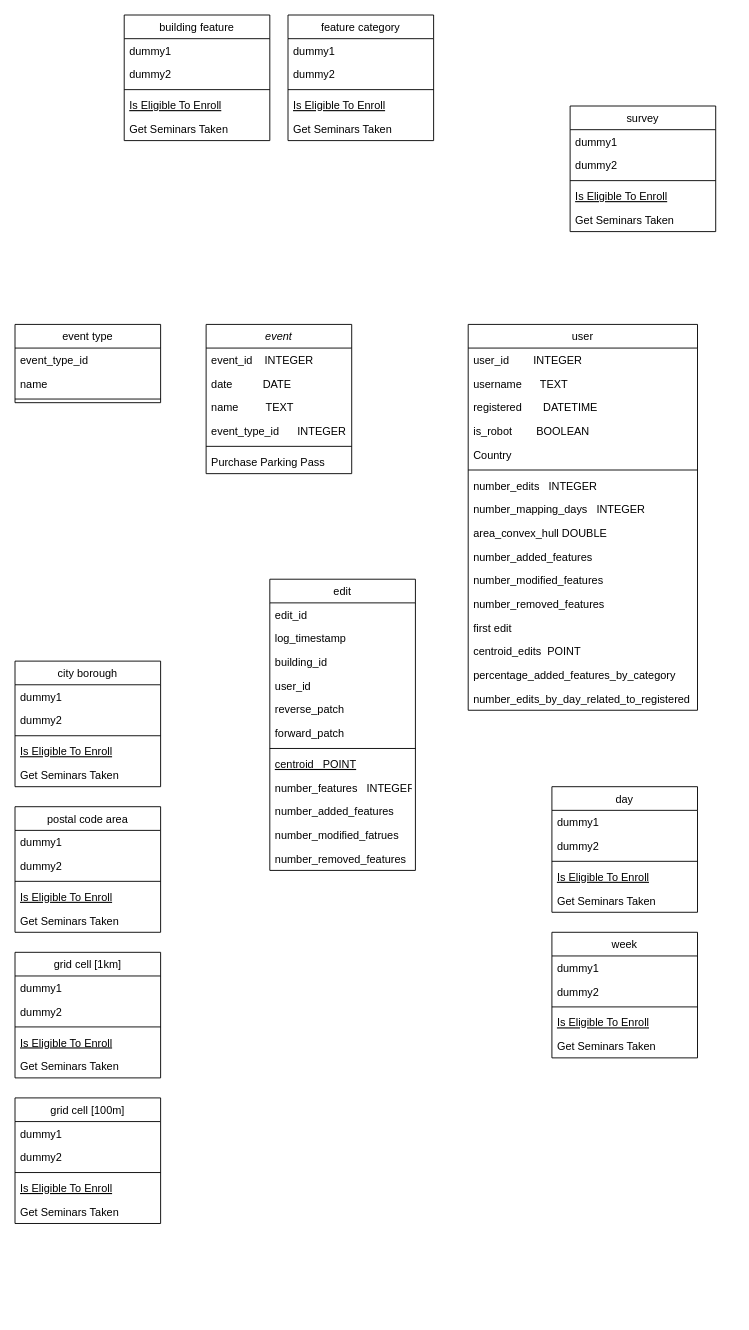
The draw.io diagram coldd_available_data_entities_relations.drawio in traveller195/draw_io, before the edit. Source tidied: cells renumbered, new cells numbered last; positions are measured from the earlier drawing's top-left corner, leaving out a move shared by most shapes. Both pictures are drawn from the tidied source at 91%, with x=0, y=0 at pixel (15, 15).
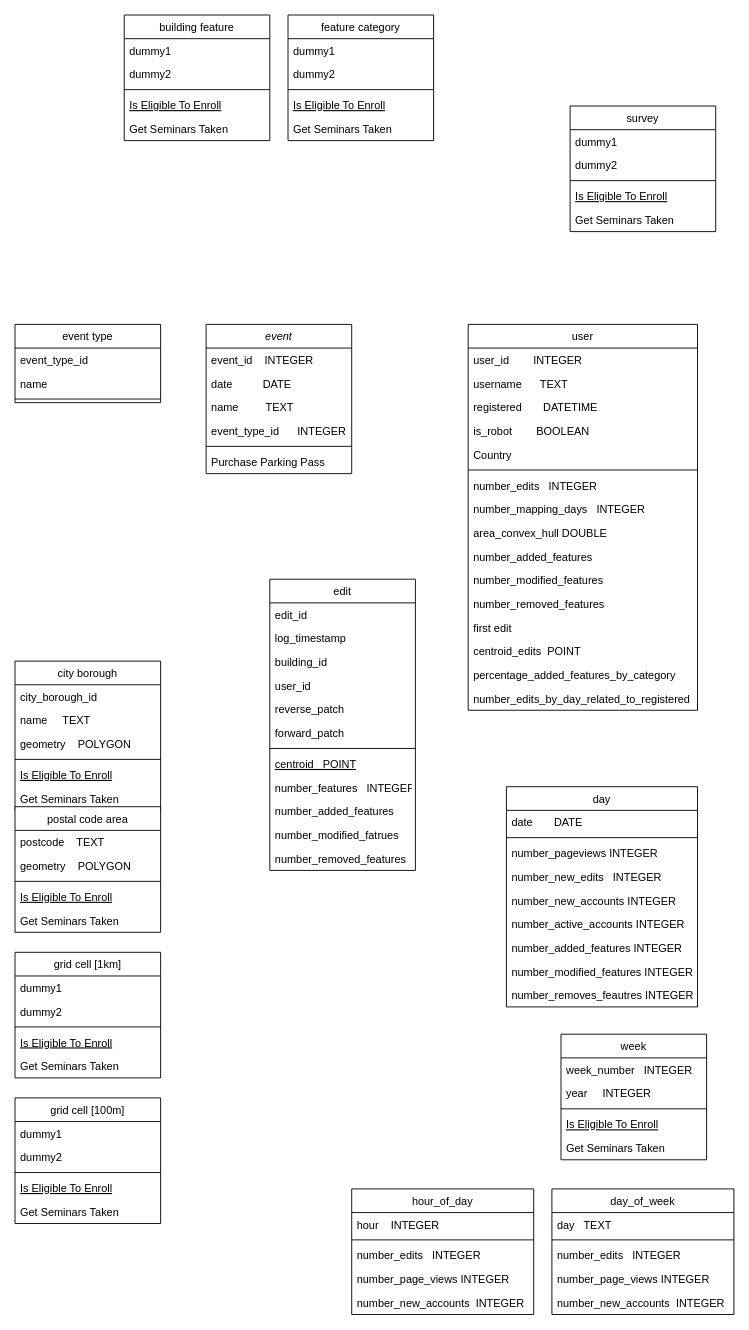
The same page after the edit.

Unchanged cells that the change refers to:
```xml
<mxCell id="55" value="postal code area" style="swimlane;fontStyle=0;align=center;verticalAlign=top;horizontal=1;startSize=26;rounded=0;shadow=0;strokeWidth=1;" parent="1" vertex="1">
  <mxGeometry y="870" width="160" height="138" as="geometry" />
</mxCell>
```

Change to the diagram source:
```diff
@@
     <mxCell id="9" value="city borough" style="swimlane;fontStyle=0;align=center;verticalAlign=top;horizontal=1;startSize=26;rounded=0;shadow=0;strokeWidth=1;" parent="1" vertex="1">
-      <mxGeometry y="710" width="160" height="138" as="geometry" />
+      <mxGeometry y="710" width="160" height="164" as="geometry" />
     </mxCell>
-    <mxCell id="10" value="dummy1" style="text;align=left;verticalAlign=top;spacingLeft=4;spacingRight=4;overflow=hidden;" parent="9" vertex="1">
+    <mxCell id="10" value="city_borough_id" style="text;align=left;verticalAlign=top;spacingLeft=4;spacingRight=4;overflow=hidden;" parent="9" vertex="1">
       <mxGeometry y="26" width="160" height="26" as="geometry" />
     </mxCell>
-    <mxCell id="11" value="dummy2" style="text;align=left;verticalAlign=top;spacingLeft=4;spacingRight=4;overflow=hidden;rounded=0;shadow=0;html=0;" parent="9" vertex="1">
+    <mxCell id="11" value="name     TEXT" style="text;align=left;verticalAlign=top;spacingLeft=4;spacingRight=4;overflow=hidden;rounded=0;shadow=0;html=0;" parent="9" vertex="1">
       <mxGeometry y="52" width="160" height="26" as="geometry" />
     </mxCell>
+    <mxCell id="97" value="geometry    POLYGON" style="text;align=left;verticalAlign=top;spacingLeft=4;spacingRight=4;overflow=hidden;rounded=0;shadow=0;html=0;" parent="9" vertex="1">
+      <mxGeometry y="78" width="160" height="26" as="geometry" />
+    </mxCell>
     <mxCell id="12" style="line;html=1;strokeWidth=1;align=left;verticalAlign=middle;spacingTop=-1;spacingLeft=3;spacingRight=3;labelPosition=right;" parent="9" vertex="1">
-      <mxGeometry y="78" width="160" height="8" as="geometry" />
+      <mxGeometry y="104" width="160" height="8" as="geometry" />
     </mxCell>
     <mxCell id="13" value="Is Eligible To Enroll" style="text;align=left;verticalAlign=top;spacingLeft=4;spacingRight=4;overflow=hidden;fontStyle=4;" parent="9" vertex="1">
-      <mxGeometry y="86" width="160" height="26" as="geometry" />
+      <mxGeometry y="112" width="160" height="26" as="geometry" />
     </mxCell>
     <mxCell id="14" value="Get Seminars Taken" style="text;align=left;verticalAlign=top;spacingLeft=4;spacingRight=4;overflow=hidden;" parent="9" vertex="1">
-      <mxGeometry y="112" width="160" height="26" as="geometry" />
+      <mxGeometry y="138" width="160" height="26" as="geometry" />
     </mxCell>
@@
-    <mxCell id="56" value="dummy1" style="text;align=left;verticalAlign=top;spacingLeft=4;spacingRight=4;overflow=hidden;" parent="55" vertex="1">
+    <mxCell id="56" value="postcode    TEXT" style="text;align=left;verticalAlign=top;spacingLeft=4;spacingRight=4;overflow=hidden;" parent="55" vertex="1">
       <mxGeometry y="26" width="160" height="26" as="geometry" />
     </mxCell>
-    <mxCell id="57" value="dummy2" style="text;align=left;verticalAlign=top;spacingLeft=4;spacingRight=4;overflow=hidden;rounded=0;shadow=0;html=0;" parent="55" vertex="1">
+    <mxCell id="57" value="geometry    POLYGON" style="text;align=left;verticalAlign=top;spacingLeft=4;spacingRight=4;overflow=hidden;rounded=0;shadow=0;html=0;" parent="55" vertex="1">
       <mxGeometry y="52" width="160" height="26" as="geometry" />
     </mxCell>
@@
     <mxCell id="67" value="day" style="swimlane;fontStyle=0;align=center;verticalAlign=top;horizontal=1;startSize=26;rounded=0;shadow=0;strokeWidth=1;" parent="1" vertex="1">
-      <mxGeometry x="590" y="848" width="160" height="138" as="geometry" />
+      <mxGeometry x="540" y="848" width="210" height="242" as="geometry" />
     </mxCell>
-    <mxCell id="68" value="dummy1" style="text;align=left;verticalAlign=top;spacingLeft=4;spacingRight=4;overflow=hidden;" parent="67" vertex="1">
-      <mxGeometry y="26" width="160" height="26" as="geometry" />
+    <mxCell id="68" value="date       DATE" style="text;align=left;verticalAlign=top;spacingLeft=4;spacingRight=4;overflow=hidden;" parent="67" vertex="1">
+      <mxGeometry y="26" width="210" height="26" as="geometry" />
     </mxCell>
-    <mxCell id="69" value="dummy2" style="text;align=left;verticalAlign=top;spacingLeft=4;spacingRight=4;overflow=hidden;rounded=0;shadow=0;html=0;" parent="67" vertex="1">
-      <mxGeometry y="52" width="160" height="26" as="geometry" />
-    </mxCell>
     <mxCell id="70" style="line;html=1;strokeWidth=1;align=left;verticalAlign=middle;spacingTop=-1;spacingLeft=3;spacingRight=3;labelPosition=right;" parent="67" vertex="1">
-      <mxGeometry y="78" width="160" height="8" as="geometry" />
+      <mxGeometry y="52" width="210" height="8" as="geometry" />
     </mxCell>
-    <mxCell id="71" value="Is Eligible To Enroll" style="text;align=left;verticalAlign=top;spacingLeft=4;spacingRight=4;overflow=hidden;fontStyle=4;" parent="67" vertex="1">
-      <mxGeometry y="86" width="160" height="26" as="geometry" />
+    <mxCell id="71" value="number_pageviews INTEGER" style="text;align=left;verticalAlign=top;spacingLeft=4;spacingRight=4;overflow=hidden;fontStyle=0;" parent="67" vertex="1">
+      <mxGeometry y="60" width="210" height="26" as="geometry" />
     </mxCell>
+    <mxCell id="98" value="number_new_edits   INTEGER" style="text;align=left;verticalAlign=top;spacingLeft=4;spacingRight=4;overflow=hidden;fontStyle=0;" parent="67" vertex="1">
+      <mxGeometry y="86" width="210" height="26" as="geometry" />
+    </mxCell>
-    <mxCell id="72" value="Get Seminars Taken" style="text;align=left;verticalAlign=top;spacingLeft=4;spacingRight=4;overflow=hidden;" parent="67" vertex="1">
-      <mxGeometry y="112" width="160" height="26" as="geometry" />
+    <mxCell id="72" value="number_new_accounts INTEGER" style="text;align=left;verticalAlign=top;spacingLeft=4;spacingRight=4;overflow=hidden;" parent="67" vertex="1">
+      <mxGeometry y="112" width="210" height="26" as="geometry" />
     </mxCell>
+    <mxCell id="99" value="number_active_accounts INTEGER" style="text;align=left;verticalAlign=top;spacingLeft=4;spacingRight=4;overflow=hidden;" parent="67" vertex="1">
+      <mxGeometry y="138" width="210" height="26" as="geometry" />
+    </mxCell>
+    <mxCell id="100" value="number_added_features INTEGER" style="text;align=left;verticalAlign=top;spacingLeft=4;spacingRight=4;overflow=hidden;" parent="67" vertex="1">
+      <mxGeometry y="164" width="210" height="26" as="geometry" />
+    </mxCell>
+    <mxCell id="101" value="number_modified_features INTEGER" style="text;align=left;verticalAlign=top;spacingLeft=4;spacingRight=4;overflow=hidden;" parent="67" vertex="1">
+      <mxGeometry y="190" width="210" height="26" as="geometry" />
+    </mxCell>
+    <mxCell id="102" value="number_removes_feautres INTEGER" style="text;align=left;verticalAlign=top;spacingLeft=4;spacingRight=4;overflow=hidden;" parent="67" vertex="1">
+      <mxGeometry y="216" width="210" height="26" as="geometry" />
+    </mxCell>
-    <mxCell id="73" value="week" style="swimlane;fontStyle=0;align=center;verticalAlign=top;horizontal=1;startSize=26;rounded=0;shadow=0;strokeWidth=1;" parent="1" vertex="1">
-      <mxGeometry x="590" y="1008" width="160" height="138" as="geometry" />
+    <mxCell id="73" value="hour_of_day" style="swimlane;fontStyle=0;align=center;verticalAlign=top;horizontal=1;startSize=26;rounded=0;shadow=0;strokeWidth=1;" parent="1" vertex="1">
+      <mxGeometry x="370" y="1290" width="200" height="138" as="geometry" />
     </mxCell>
-    <mxCell id="74" value="dummy1" style="text;align=left;verticalAlign=top;spacingLeft=4;spacingRight=4;overflow=hidden;" parent="73" vertex="1">
-      <mxGeometry y="26" width="160" height="26" as="geometry" />
+    <mxCell id="74" value="hour    INTEGER" style="text;align=left;verticalAlign=top;spacingLeft=4;spacingRight=4;overflow=hidden;" parent="73" vertex="1">
+      <mxGeometry y="26" width="200" height="26" as="geometry" />
     </mxCell>
-    <mxCell id="75" value="dummy2" style="text;align=left;verticalAlign=top;spacingLeft=4;spacingRight=4;overflow=hidden;rounded=0;shadow=0;html=0;" parent="73" vertex="1">
-      <mxGeometry y="52" width="160" height="26" as="geometry" />
-    </mxCell>
     <mxCell id="76" style="line;html=1;strokeWidth=1;align=left;verticalAlign=middle;spacingTop=-1;spacingLeft=3;spacingRight=3;labelPosition=right;" parent="73" vertex="1">
-      <mxGeometry y="78" width="160" height="8" as="geometry" />
+      <mxGeometry y="52" width="200" height="8" as="geometry" />
     </mxCell>
-    <mxCell id="77" value="Is Eligible To Enroll" style="text;align=left;verticalAlign=top;spacingLeft=4;spacingRight=4;overflow=hidden;fontStyle=4;" parent="73" vertex="1">
-      <mxGeometry y="86" width="160" height="26" as="geometry" />
+    <mxCell id="77" value="number_edits   INTEGER" style="text;align=left;verticalAlign=top;spacingLeft=4;spacingRight=4;overflow=hidden;fontStyle=0;" parent="73" vertex="1">
+      <mxGeometry y="60" width="200" height="26" as="geometry" />
     </mxCell>
-    <mxCell id="78" value="Get Seminars Taken" style="text;align=left;verticalAlign=top;spacingLeft=4;spacingRight=4;overflow=hidden;" parent="73" vertex="1">
-      <mxGeometry y="112" width="160" height="26" as="geometry" />
+    <mxCell id="78" value="number_page_views INTEGER" style="text;align=left;verticalAlign=top;spacingLeft=4;spacingRight=4;overflow=hidden;" parent="73" vertex="1">
+      <mxGeometry y="86" width="200" height="26" as="geometry" />
     </mxCell>
+    <mxCell id="103" value="number_new_accounts  INTEGER" style="text;align=left;verticalAlign=top;spacingLeft=4;spacingRight=4;overflow=hidden;" parent="73" vertex="1">
+      <mxGeometry y="112" width="200" height="26" as="geometry" />
+    </mxCell>
@@
+    <mxCell id="104" value="week" style="swimlane;fontStyle=0;align=center;verticalAlign=top;horizontal=1;startSize=26;rounded=0;shadow=0;strokeWidth=1;" parent="1" vertex="1">
+      <mxGeometry x="600" y="1120" width="160" height="138" as="geometry" />
+    </mxCell>
+    <mxCell id="105" value="week_number   INTEGER" style="text;align=left;verticalAlign=top;spacingLeft=4;spacingRight=4;overflow=hidden;" parent="104" vertex="1">
+      <mxGeometry y="26" width="160" height="26" as="geometry" />
+    </mxCell>
+    <mxCell id="106" value="year     INTEGER" style="text;align=left;verticalAlign=top;spacingLeft=4;spacingRight=4;overflow=hidden;rounded=0;shadow=0;html=0;" parent="104" vertex="1">
+      <mxGeometry y="52" width="160" height="26" as="geometry" />
+    </mxCell>
+    <mxCell id="107" style="line;html=1;strokeWidth=1;align=left;verticalAlign=middle;spacingTop=-1;spacingLeft=3;spacingRight=3;labelPosition=right;" parent="104" vertex="1">
+      <mxGeometry y="78" width="160" height="8" as="geometry" />
+    </mxCell>
+    <mxCell id="108" value="Is Eligible To Enroll" style="text;align=left;verticalAlign=top;spacingLeft=4;spacingRight=4;overflow=hidden;fontStyle=4;" parent="104" vertex="1">
+      <mxGeometry y="86" width="160" height="26" as="geometry" />
+    </mxCell>
+    <mxCell id="109" value="Get Seminars Taken" style="text;align=left;verticalAlign=top;spacingLeft=4;spacingRight=4;overflow=hidden;" parent="104" vertex="1">
+      <mxGeometry y="112" width="160" height="26" as="geometry" />
+    </mxCell>
+    <mxCell id="110" value="day_of_week" style="swimlane;fontStyle=0;align=center;verticalAlign=top;horizontal=1;startSize=26;rounded=0;shadow=0;strokeWidth=1;" parent="1" vertex="1">
+      <mxGeometry x="590" y="1290" width="200" height="138" as="geometry" />
+    </mxCell>
+    <mxCell id="111" value="day   TEXT" style="text;align=left;verticalAlign=top;spacingLeft=4;spacingRight=4;overflow=hidden;" parent="110" vertex="1">
+      <mxGeometry y="26" width="200" height="26" as="geometry" />
+    </mxCell>
+    <mxCell id="112" style="line;html=1;strokeWidth=1;align=left;verticalAlign=middle;spacingTop=-1;spacingLeft=3;spacingRight=3;labelPosition=right;" parent="110" vertex="1">
+      <mxGeometry y="52" width="200" height="8" as="geometry" />
+    </mxCell>
+    <mxCell id="113" value="number_edits   INTEGER" style="text;align=left;verticalAlign=top;spacingLeft=4;spacingRight=4;overflow=hidden;fontStyle=0;" parent="110" vertex="1">
+      <mxGeometry y="60" width="200" height="26" as="geometry" />
+    </mxCell>
+    <mxCell id="114" value="number_page_views INTEGER" style="text;align=left;verticalAlign=top;spacingLeft=4;spacingRight=4;overflow=hidden;" parent="110" vertex="1">
+      <mxGeometry y="86" width="200" height="26" as="geometry" />
+    </mxCell>
+    <mxCell id="115" value="number_new_accounts  INTEGER" style="text;align=left;verticalAlign=top;spacingLeft=4;spacingRight=4;overflow=hidden;" parent="110" vertex="1">
+      <mxGeometry y="112" width="200" height="26" as="geometry" />
+    </mxCell>
```
